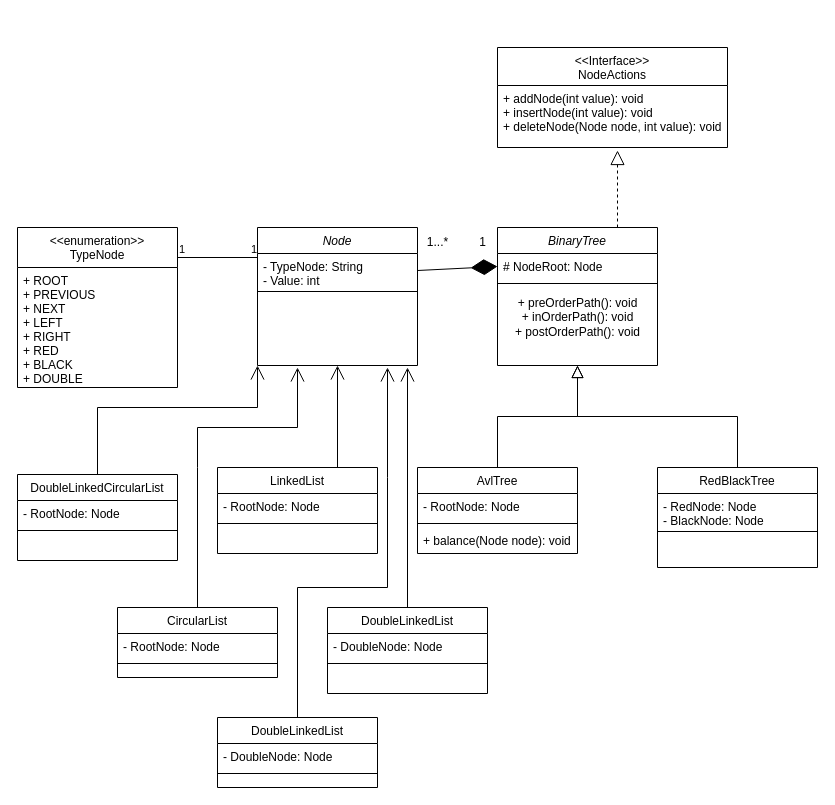
Earlier version of the draw.io diagram BinaryTreeUMLDiagram.drawio (GabrielCevallos/DataBase). Source tidied: cells renumbered, new cells numbered last; positions are measured from the earlier drawing's top-left corner, leaving out a move shared by most shapes. Both pictures are drawn from the tidied source at 100%, with x=0, y=0 at pixel (17, 47).
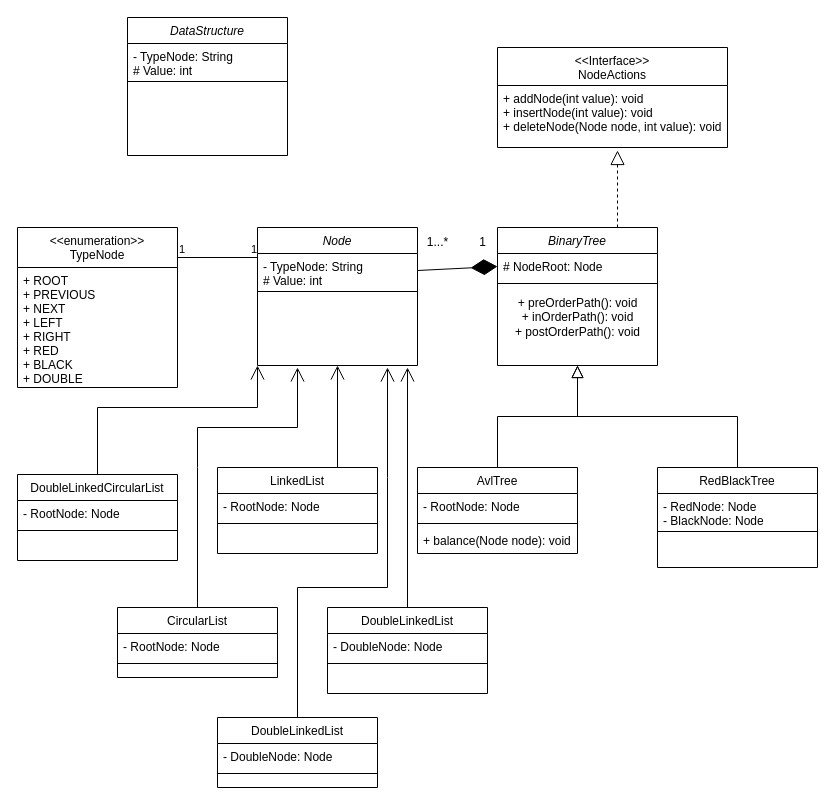
The same diagram, later.

The change refers to these unchanged cells:
```xml
<mxCell id="15" value="Node" style="swimlane;fontStyle=2;align=center;verticalAlign=top;horizontal=1;startSize=26;rounded=0;shadow=0;strokeWidth=1;" parent="1" vertex="1">
  <mxGeometry x="240" y="180" width="160" height="138" as="geometry" />
</mxCell>
```

Change to the diagram source:
```diff
@@
-    <mxCell id="16" value="- TypeNode: String&#10;- Value: int" style="text;align=left;verticalAlign=top;spacingLeft=4;spacingRight=4;overflow=hidden;points=[[0,0.5],[1,0.5]];portConstraint=eastwest;" parent="15" vertex="1">
+    <mxCell id="16" value="- TypeNode: String&#10;# Value: int" style="text;align=left;verticalAlign=top;spacingLeft=4;spacingRight=4;overflow=hidden;points=[[0,0.5],[1,0.5]];portConstraint=eastwest;" parent="15" vertex="1">
       <mxGeometry y="26" width="160" height="34" as="geometry" />
     </mxCell>
@@
+    <mxCell id="49" value="DataStructure" style="swimlane;fontStyle=2;align=center;verticalAlign=top;horizontal=1;startSize=26;rounded=0;shadow=0;strokeWidth=1;" parent="1" vertex="1">
+      <mxGeometry x="110" y="-30" width="160" height="138" as="geometry" />
+    </mxCell>
+    <mxCell id="50" value="- TypeNode: String&#10;# Value: int" style="text;align=left;verticalAlign=top;spacingLeft=4;spacingRight=4;overflow=hidden;" parent="49" vertex="1">
+      <mxGeometry y="26" width="160" height="34" as="geometry" />
+    </mxCell>
+    <mxCell id="51" style="line;html=1;strokeWidth=1;align=left;verticalAlign=middle;spacingTop=-1;spacingLeft=3;spacingRight=3;labelPosition=right;" parent="49" vertex="1">
+      <mxGeometry y="60" width="160" height="8" as="geometry" />
+    </mxCell>
```
